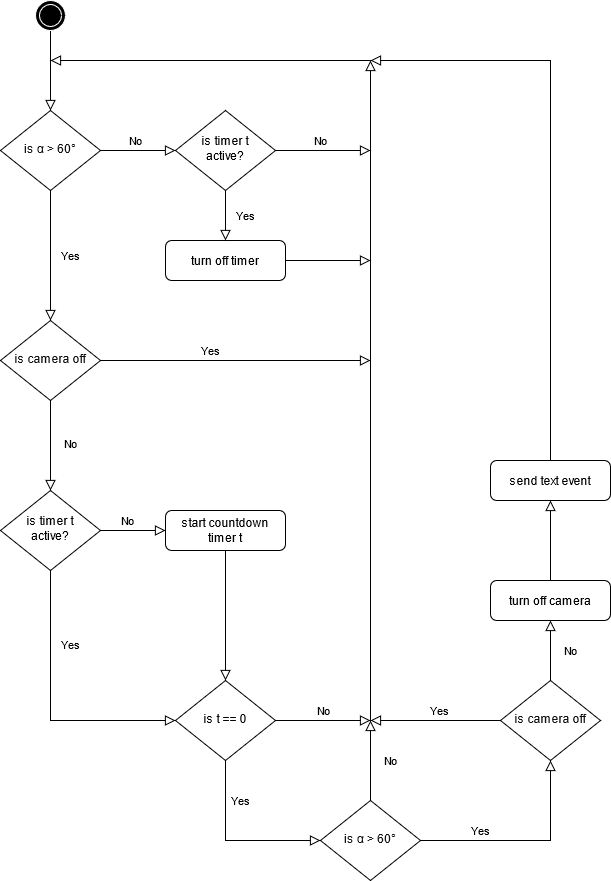
Earlier version of the draw.io export pub/diagrams/camera_fdir.png (georgeslabreche/opssat-orbitai). Source tidied: cells renumbered, new cells last; positions are measured from the earlier drawing's top-left corner, leaving out a move shared by most shapes.
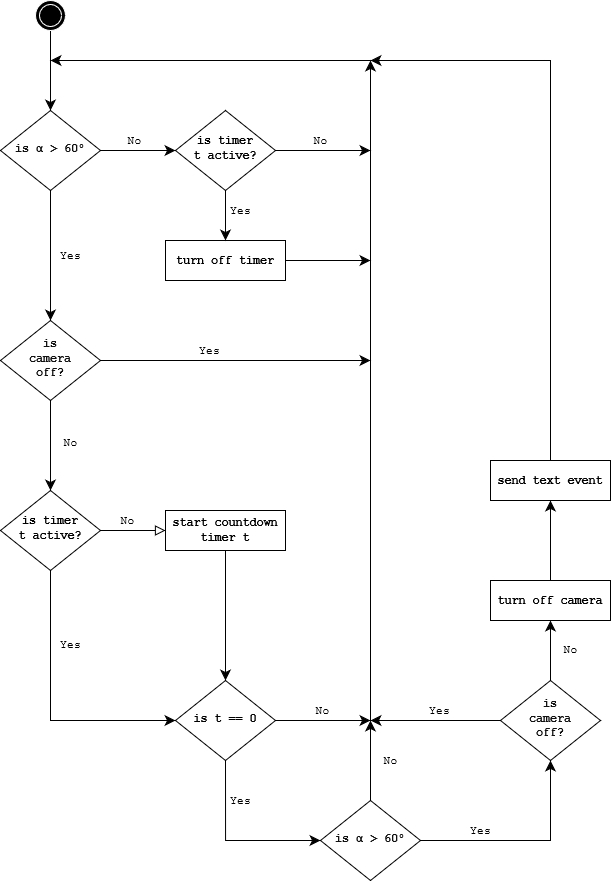
The same diagram one commit later.

Commit message:
include svg and pdf figures

What changed in the source:
```diff
@@ -2,7 +2,7 @@
   <root>
     <mxCell id="0" />
     <mxCell id="1" parent="0" />
-    <mxCell id="2" style="rounded=0;html=1;jettySize=auto;fontSize=11;endArrow=block;endFill=0;endSize=8;strokeWidth=1;shadow=0;labelBackgroundColor=none;edgeStyle=orthogonalEdgeStyle;exitX=0.5;exitY=1;exitDx=0;exitDy=0;entryX=0.5;entryY=0;entryDx=0;entryDy=0;" parent="1" edge="1" source="11" target="5">
+    <mxCell id="2" style="rounded=0;html=1;jettySize=auto;fontSize=11;endArrow=classic;endFill=1;endSize=8;strokeWidth=1;shadow=0;labelBackgroundColor=none;edgeStyle=orthogonalEdgeStyle;exitX=0.5;exitY=1;exitDx=0;exitDy=0;entryX=0.5;entryY=0;entryDx=0;entryDy=0;fontFamily=Courier New;" parent="1" edge="1" source="11" target="5">
       <mxGeometry relative="1" as="geometry">
         <Array as="points">
           <mxPoint x="50" y="40" />
@@ -10,54 +10,54 @@
         </Array>
       </mxGeometry>
     </mxCell>
-    <mxCell id="3" value="Yes" style="rounded=0;html=1;jettySize=auto;fontSize=11;endArrow=block;endFill=0;endSize=8;strokeWidth=1;shadow=0;labelBackgroundColor=none;edgeStyle=orthogonalEdgeStyle;entryX=0.5;entryY=0;entryDx=0;entryDy=0;" parent="1" edge="1" source="5" target="26">
+    <mxCell id="3" value="Yes" style="rounded=0;html=1;jettySize=auto;fontSize=11;endArrow=classic;endFill=1;endSize=8;strokeWidth=1;shadow=0;labelBackgroundColor=none;edgeStyle=orthogonalEdgeStyle;entryX=0.5;entryY=0;entryDx=0;entryDy=0;fontFamily=Courier New;" parent="1" edge="1" source="5" target="26">
       <mxGeometry y="20" relative="1" as="geometry" />
     </mxCell>
-    <mxCell id="4" value="No" style="edgeStyle=orthogonalEdgeStyle;rounded=0;html=1;jettySize=auto;fontSize=11;endArrow=block;endFill=0;endSize=8;strokeWidth=1;shadow=0;labelBackgroundColor=none;exitX=1;exitY=0.5;exitDx=0;exitDy=0;" parent="1" edge="1" source="29">
+    <mxCell id="4" value="No" style="edgeStyle=orthogonalEdgeStyle;rounded=0;html=1;jettySize=auto;fontSize=11;endArrow=classic;endFill=1;endSize=8;strokeWidth=1;shadow=0;labelBackgroundColor=none;exitX=1;exitY=0.5;exitDx=0;exitDy=0;fontFamily=Courier New;" parent="1" edge="1" source="29">
       <mxGeometry x="-0.05" y="10" relative="1" as="geometry">
         <mxPoint x="370" y="150" as="targetPoint" />
       </mxGeometry>
     </mxCell>
-    <mxCell id="5" value="&lt;div style=&quot;text-align: left&quot;&gt;&lt;font style=&quot;font-size: 12px&quot; color=&quot;#111111&quot;&gt;&lt;span style=&quot;background-color: rgb(255 , 255 , 255)&quot;&gt;is α &amp;gt; 60°&lt;/span&gt;&lt;/font&gt;&lt;/div&gt;" style="rhombus;whiteSpace=wrap;html=1;shadow=0;fontFamily=Helvetica;fontSize=12;align=center;strokeWidth=1;spacing=6;spacingTop=-4;" parent="1" vertex="1">
+    <mxCell id="5" value="&lt;div style=&quot;text-align: left&quot;&gt;&lt;font style=&quot;font-size: 12px&quot; color=&quot;#111111&quot;&gt;&lt;span style=&quot;background-color: rgb(255 , 255 , 255)&quot;&gt;is α &amp;gt; 60°&lt;/span&gt;&lt;/font&gt;&lt;/div&gt;" style="rhombus;whiteSpace=wrap;html=1;shadow=0;fontFamily=Courier New;fontSize=12;align=center;strokeWidth=1;spacing=6;spacingTop=-4;fontStyle=1;" parent="1" vertex="1">
       <mxGeometry y="110" width="100" height="80" as="geometry" />
     </mxCell>
-    <mxCell id="6" value="No" style="rounded=0;html=1;jettySize=auto;fontSize=11;endArrow=block;endFill=0;endSize=8;strokeWidth=1;shadow=0;labelBackgroundColor=none;edgeStyle=orthogonalEdgeStyle;exitX=1;exitY=0.5;exitDx=0;exitDy=0;entryX=0;entryY=0.5;entryDx=0;entryDy=0;" parent="1" edge="1" source="8" target="10">
+    <mxCell id="6" value="No" style="rounded=0;html=1;jettySize=auto;fontSize=11;endArrow=block;endFill=0;endSize=8;strokeWidth=1;shadow=0;labelBackgroundColor=none;edgeStyle=orthogonalEdgeStyle;exitX=1;exitY=0.5;exitDx=0;exitDy=0;entryX=0;entryY=0.5;entryDx=0;entryDy=0;fontFamily=Courier New;" parent="1" edge="1" source="8" target="10">
       <mxGeometry x="-0.18" y="10" relative="1" as="geometry" />
     </mxCell>
-    <mxCell id="7" value="Yes" style="edgeStyle=orthogonalEdgeStyle;rounded=0;html=1;jettySize=auto;fontSize=11;endArrow=block;endFill=0;endSize=8;strokeWidth=1;shadow=0;labelBackgroundColor=none;exitX=0.5;exitY=1;exitDx=0;exitDy=0;entryX=0;entryY=0.5;entryDx=0;entryDy=0;" parent="1" edge="1" source="8" target="12">
+    <mxCell id="7" value="Yes" style="edgeStyle=orthogonalEdgeStyle;rounded=0;html=1;jettySize=auto;fontSize=11;endArrow=classic;endFill=1;endSize=8;strokeWidth=1;shadow=0;labelBackgroundColor=none;exitX=0.5;exitY=1;exitDx=0;exitDy=0;entryX=0;entryY=0.5;entryDx=0;entryDy=0;fontFamily=Courier New;" parent="1" edge="1" source="8" target="12">
       <mxGeometry x="-0.46" y="20" relative="1" as="geometry">
         <Array as="points">
           <mxPoint x="50" y="720" />
         </Array>
       </mxGeometry>
     </mxCell>
-    <mxCell id="8" value="is timer t&lt;br&gt;active?" style="rhombus;whiteSpace=wrap;html=1;shadow=0;fontFamily=Helvetica;fontSize=12;align=center;strokeWidth=1;spacing=6;spacingTop=-4;" parent="1" vertex="1">
+    <mxCell id="8" value="is timer&lt;br&gt;t active?" style="rhombus;whiteSpace=wrap;html=1;shadow=0;fontFamily=Courier New;fontSize=12;align=center;strokeWidth=1;spacing=6;spacingTop=-4;fontStyle=1;" parent="1" vertex="1">
       <mxGeometry y="490" width="100" height="80" as="geometry" />
     </mxCell>
-    <mxCell id="9" style="edgeStyle=orthogonalEdgeStyle;rounded=0;jettySize=auto;html=1;exitX=0.5;exitY=1;exitDx=0;exitDy=0;endSize=8;endArrow=block;endFill=0;" parent="1" edge="1" source="10" target="12">
+    <mxCell id="9" style="edgeStyle=orthogonalEdgeStyle;rounded=0;jettySize=auto;html=1;exitX=0.5;exitY=1;exitDx=0;exitDy=0;endSize=8;endArrow=classic;endFill=1;fontFamily=Courier New;" parent="1" edge="1" source="10" target="12">
       <mxGeometry relative="1" as="geometry" />
     </mxCell>
-    <mxCell id="10" value="start countdown&lt;br&gt;timer t" style="rounded=1;whiteSpace=wrap;html=1;fontSize=12;glass=0;strokeWidth=1;shadow=0;" parent="1" vertex="1">
+    <mxCell id="10" value="start countdown&lt;br&gt;timer t" style="rounded=0;whiteSpace=wrap;html=1;fontSize=12;glass=0;strokeWidth=1;shadow=0;fontFamily=Courier New;fontStyle=1;" parent="1" vertex="1">
       <mxGeometry x="165" y="510" width="120" height="40" as="geometry" />
     </mxCell>
-    <mxCell id="11" style="ellipse;shape=doubleEllipse;whiteSpace=wrap;html=1;fillColor=#000000;strokeColor=#FFFFFF;" parent="1" vertex="1">
+    <mxCell id="11" style="ellipse;shape=doubleEllipse;whiteSpace=wrap;html=1;fillColor=#000000;strokeColor=#FFFFFF;fontFamily=Courier New;" parent="1" vertex="1">
       <mxGeometry x="35" width="30" height="30" as="geometry" />
     </mxCell>
-    <mxCell id="12" value="is t == 0" style="rhombus;whiteSpace=wrap;html=1;shadow=0;fontFamily=Helvetica;fontSize=12;align=center;strokeWidth=1;spacing=6;spacingTop=-4;" parent="1" vertex="1">
+    <mxCell id="12" value="is t == 0" style="rhombus;whiteSpace=wrap;html=1;shadow=0;fontFamily=Courier New;fontSize=12;align=center;strokeWidth=1;spacing=6;spacingTop=-4;fontStyle=1;" parent="1" vertex="1">
       <mxGeometry x="175" y="680" width="100" height="80" as="geometry" />
     </mxCell>
-    <mxCell id="13" value="Yes" style="rounded=0;html=1;jettySize=auto;fontSize=11;endArrow=block;endFill=0;endSize=8;strokeWidth=1;shadow=0;labelBackgroundColor=none;edgeStyle=orthogonalEdgeStyle;exitX=0.5;exitY=1;exitDx=0;exitDy=0;entryX=0;entryY=0.5;entryDx=0;entryDy=0;" parent="1" edge="1" source="12" target="14">
+    <mxCell id="13" value="Yes" style="rounded=0;html=1;jettySize=auto;fontSize=11;endArrow=classic;endFill=1;endSize=8;strokeWidth=1;shadow=0;labelBackgroundColor=none;edgeStyle=orthogonalEdgeStyle;exitX=0.5;exitY=1;exitDx=0;exitDy=0;entryX=0;entryY=0.5;entryDx=0;entryDy=0;fontFamily=Courier New;" parent="1" edge="1" source="12" target="14">
       <mxGeometry x="-0.54" y="15" relative="1" as="geometry" />
     </mxCell>
-    <mxCell id="14" value="&lt;div style=&quot;text-align: left&quot;&gt;&lt;font style=&quot;font-size: 12px&quot; color=&quot;#111111&quot;&gt;&lt;span style=&quot;background-color: rgb(255 , 255 , 255)&quot;&gt;is α &amp;gt; 60°&lt;/span&gt;&lt;/font&gt;&lt;/div&gt;" style="rhombus;whiteSpace=wrap;html=1;shadow=0;fontFamily=Helvetica;fontSize=12;align=center;strokeWidth=1;spacing=6;spacingTop=-4;" parent="1" vertex="1">
+    <mxCell id="14" value="&lt;div style=&quot;text-align: left&quot;&gt;&lt;font style=&quot;font-size: 12px&quot; color=&quot;#111111&quot;&gt;&lt;span style=&quot;background-color: rgb(255 , 255 , 255)&quot;&gt;is α &amp;gt; 60°&lt;/span&gt;&lt;/font&gt;&lt;/div&gt;" style="rhombus;whiteSpace=wrap;html=1;shadow=0;fontFamily=Courier New;fontSize=12;align=center;strokeWidth=1;spacing=6;spacingTop=-4;fontStyle=1;" parent="1" vertex="1">
       <mxGeometry x="320" y="800" width="100" height="80" as="geometry" />
     </mxCell>
-    <mxCell id="15" style="edgeStyle=orthogonalEdgeStyle;rounded=0;jettySize=auto;html=1;exitX=0.5;exitY=0;exitDx=0;exitDy=0;endArrow=block;endFill=0;endSize=8;" parent="1" edge="1" target="17">
+    <mxCell id="15" style="edgeStyle=orthogonalEdgeStyle;rounded=0;jettySize=auto;html=1;exitX=0.5;exitY=0;exitDx=0;exitDy=0;endArrow=classic;endFill=1;endSize=8;fontFamily=Courier New;" parent="1" edge="1" target="17">
       <mxGeometry relative="1" as="geometry">
         <mxPoint x="550" y="580" as="sourcePoint" />
       </mxGeometry>
     </mxCell>
-    <mxCell id="16" style="edgeStyle=orthogonalEdgeStyle;rounded=0;jettySize=auto;html=1;exitX=0.5;exitY=0;exitDx=0;exitDy=0;endArrow=block;endFill=0;endSize=8;" parent="1" edge="1" source="17">
+    <mxCell id="16" style="edgeStyle=orthogonalEdgeStyle;rounded=0;jettySize=auto;html=1;exitX=0.5;exitY=0;exitDx=0;exitDy=0;endArrow=classic;endFill=1;endSize=8;fontFamily=Courier New;" parent="1" edge="1" source="17">
       <mxGeometry relative="1" as="geometry">
         <mxPoint x="370" y="60" as="targetPoint" />
         <Array as="points">
@@ -65,54 +65,51 @@
         </Array>
       </mxGeometry>
     </mxCell>
-    <mxCell id="17" value="send text event" style="rounded=1;whiteSpace=wrap;html=1;fontSize=12;glass=0;strokeWidth=1;shadow=0;" parent="1" vertex="1">
+    <mxCell id="17" value="send text event" style="rounded=0;whiteSpace=wrap;html=1;fontSize=12;glass=0;strokeWidth=1;shadow=0;fontFamily=Courier New;fontStyle=1;" parent="1" vertex="1">
       <mxGeometry x="490" y="460" width="120" height="40" as="geometry" />
     </mxCell>
-    <mxCell id="18" value="No" style="edgeStyle=orthogonalEdgeStyle;rounded=0;html=1;jettySize=auto;fontSize=11;endArrow=block;endFill=0;endSize=8;strokeWidth=1;shadow=0;labelBackgroundColor=none;exitX=1;exitY=0.5;exitDx=0;exitDy=0;" parent="1" edge="1" source="12">
+    <mxCell id="18" value="No" style="edgeStyle=orthogonalEdgeStyle;rounded=0;html=1;jettySize=auto;fontSize=11;endArrow=classic;endFill=1;endSize=8;strokeWidth=1;shadow=0;labelBackgroundColor=none;exitX=1;exitY=0.5;exitDx=0;exitDy=0;fontFamily=Courier New;" parent="1" edge="1" source="12">
       <mxGeometry y="10" relative="1" as="geometry">
         <mxPoint x="370" y="720" as="targetPoint" />
       </mxGeometry>
     </mxCell>
-    <mxCell id="19" style="rounded=0;html=1;jettySize=auto;orthogonalLoop=1;fontSize=11;endArrow=block;endFill=0;endSize=8;strokeWidth=1;shadow=0;labelBackgroundColor=none;edgeStyle=orthogonalEdgeStyle;" parent="1" edge="1">
+    <mxCell id="19" style="rounded=0;html=1;jettySize=auto;orthogonalLoop=1;fontSize=11;endArrow=classic;endFill=1;endSize=8;strokeWidth=1;shadow=0;labelBackgroundColor=none;edgeStyle=orthogonalEdgeStyle;fontFamily=Courier New;" parent="1" edge="1">
       <mxGeometry relative="1" as="geometry">
         <mxPoint x="370" y="60" as="sourcePoint" />
         <mxPoint x="50" y="60" as="targetPoint" />
       </mxGeometry>
     </mxCell>
-    <mxCell id="20" style="rounded=0;html=1;jettySize=auto;orthogonalLoop=1;fontSize=11;endArrow=block;endFill=0;endSize=8;strokeWidth=1;shadow=0;labelBackgroundColor=none;edgeStyle=orthogonalEdgeStyle;" parent="1" edge="1">
+    <mxCell id="20" style="rounded=0;html=1;jettySize=auto;orthogonalLoop=1;fontSize=11;endArrow=classic;endFill=1;endSize=8;strokeWidth=1;shadow=0;labelBackgroundColor=none;edgeStyle=orthogonalEdgeStyle;fontFamily=Courier New;" parent="1" edge="1">
       <mxGeometry relative="1" as="geometry">
         <mxPoint x="370" y="720" as="sourcePoint" />
         <mxPoint x="370" y="60" as="targetPoint" />
       </mxGeometry>
     </mxCell>
-    <mxCell id="21" value="No" style="rounded=0;html=1;jettySize=auto;fontSize=11;endArrow=block;endFill=0;endSize=8;strokeWidth=1;shadow=0;labelBackgroundColor=none;edgeStyle=orthogonalEdgeStyle;exitX=0.5;exitY=0;exitDx=0;exitDy=0;" parent="1" edge="1" source="14">
+    <mxCell id="21" value="No" style="rounded=0;html=1;jettySize=auto;fontSize=11;endArrow=classic;endFill=1;endSize=8;strokeWidth=1;shadow=0;labelBackgroundColor=none;edgeStyle=orthogonalEdgeStyle;exitX=0.5;exitY=0;exitDx=0;exitDy=0;fontFamily=Courier New;" parent="1" edge="1" source="14">
       <mxGeometry y="-20" relative="1" as="geometry">
         <mxPoint x="370" y="720" as="targetPoint" />
       </mxGeometry>
     </mxCell>
-    <mxCell id="22" value="&lt;div&gt;&lt;font style=&quot;font-size: 12px&quot; color=&quot;#111111&quot;&gt;&lt;span style=&quot;background-color: rgb(255 , 255 , 255)&quot;&gt;is camera off&lt;/span&gt;&lt;/font&gt;&lt;/div&gt;" style="rhombus;whiteSpace=wrap;html=1;shadow=0;fontFamily=Helvetica;fontSize=12;align=center;strokeWidth=1;spacing=6;spacingTop=-4;" parent="1" vertex="1">
+    <mxCell id="22" value="&lt;div&gt;&lt;font style=&quot;font-size: 12px&quot; color=&quot;#111111&quot;&gt;&lt;span style=&quot;background-color: rgb(255 , 255 , 255)&quot;&gt;is&lt;br&gt;camera&lt;br&gt;off?&lt;/span&gt;&lt;/font&gt;&lt;/div&gt;" style="rhombus;whiteSpace=wrap;html=1;shadow=0;fontFamily=Courier New;fontSize=12;align=center;strokeWidth=1;spacing=6;spacingTop=-4;fontStyle=1;" parent="1" vertex="1">
       <mxGeometry x="500" y="680" width="100" height="80" as="geometry" />
     </mxCell>
-    <mxCell id="23" value="Yes" style="edgeStyle=orthogonalEdgeStyle;rounded=0;html=1;jettySize=auto;fontSize=11;endArrow=block;endFill=0;endSize=8;strokeWidth=1;shadow=0;labelBackgroundColor=none;exitX=1;exitY=0.5;exitDx=0;exitDy=0;entryX=0.5;entryY=1;entryDx=0;entryDy=0;" parent="1" edge="1" source="14" target="22">
+    <mxCell id="23" value="Yes" style="edgeStyle=orthogonalEdgeStyle;rounded=0;html=1;jettySize=auto;fontSize=11;endArrow=classic;endFill=1;endSize=8;strokeWidth=1;shadow=0;labelBackgroundColor=none;exitX=1;exitY=0.5;exitDx=0;exitDy=0;entryX=0.5;entryY=1;entryDx=0;entryDy=0;fontFamily=Courier New;" parent="1" edge="1" source="14" target="22">
       <mxGeometry x="-0.43" y="10" relative="1" as="geometry" />
     </mxCell>
-    <mxCell id="24" value="Yes" style="edgeStyle=orthogonalEdgeStyle;rounded=0;html=1;jettySize=auto;fontSize=11;endArrow=block;endFill=0;endSize=8;strokeWidth=1;shadow=0;labelBackgroundColor=none;exitX=0;exitY=0.5;exitDx=0;exitDy=0;" parent="1" edge="1" source="22">
+    <mxCell id="24" value="Yes" style="edgeStyle=orthogonalEdgeStyle;rounded=0;html=1;jettySize=auto;fontSize=11;endArrow=classic;endFill=1;endSize=8;strokeWidth=1;shadow=0;labelBackgroundColor=none;exitX=0;exitY=0.5;exitDx=0;exitDy=0;fontFamily=Courier New;" parent="1" edge="1" source="22">
       <mxGeometry x="-0.07" y="-10" relative="1" as="geometry">
         <mxPoint x="370" y="720" as="targetPoint" />
       </mxGeometry>
     </mxCell>
-    <mxCell id="25" value="No" style="edgeStyle=orthogonalEdgeStyle;rounded=0;html=1;jettySize=auto;fontSize=11;endArrow=block;endFill=0;endSize=8;strokeWidth=1;shadow=0;labelBackgroundColor=none;exitX=0.5;exitY=0;exitDx=0;exitDy=0;entryX=0.5;entryY=1;entryDx=0;entryDy=0;" parent="1" edge="1" source="22">
+    <mxCell id="25" value="No" style="edgeStyle=orthogonalEdgeStyle;rounded=0;html=1;jettySize=auto;fontSize=11;endArrow=classic;endFill=1;endSize=8;strokeWidth=1;shadow=0;labelBackgroundColor=none;exitX=0.5;exitY=0;exitDx=0;exitDy=0;entryX=0.5;entryY=1;entryDx=0;entryDy=0;fontFamily=Courier New;" parent="1" edge="1" source="22">
       <mxGeometry y="-20" relative="1" as="geometry">
         <mxPoint x="550" y="620" as="targetPoint" />
       </mxGeometry>
     </mxCell>
-    <mxCell id="26" value="&lt;div&gt;&lt;font style=&quot;font-size: 12px&quot; color=&quot;#111111&quot;&gt;&lt;span style=&quot;background-color: rgb(255 , 255 , 255)&quot;&gt;is camera off&lt;/span&gt;&lt;/font&gt;&lt;/div&gt;" style="rhombus;whiteSpace=wrap;html=1;shadow=0;fontFamily=Helvetica;fontSize=12;align=center;strokeWidth=1;spacing=6;spacingTop=-4;" parent="1" vertex="1">
-      <mxGeometry y="320" width="100" height="80" as="geometry" />
-    </mxCell>
-    <mxCell id="27" value="&lt;div&gt;No&lt;/div&gt;&lt;div&gt;&lt;br&gt;&lt;/div&gt;" style="rounded=0;html=1;jettySize=auto;fontSize=11;endArrow=block;endFill=0;endSize=8;strokeWidth=1;shadow=0;labelBackgroundColor=none;edgeStyle=orthogonalEdgeStyle;entryX=0.5;entryY=0;entryDx=0;entryDy=0;exitX=0.5;exitY=1;exitDx=0;exitDy=0;" parent="1" edge="1" source="26" target="8">
+    <mxCell id="27" value="&lt;div&gt;No&lt;/div&gt;&lt;div&gt;&lt;br&gt;&lt;/div&gt;" style="rounded=0;html=1;jettySize=auto;fontSize=11;endArrow=classic;endFill=1;endSize=8;strokeWidth=1;shadow=0;labelBackgroundColor=none;edgeStyle=orthogonalEdgeStyle;entryX=0.5;entryY=0;entryDx=0;entryDy=0;exitX=0.5;exitY=1;exitDx=0;exitDy=0;fontFamily=Courier New;" parent="1" edge="1" source="26" target="8">
       <mxGeometry x="0.11" y="20" relative="1" as="geometry" />
     </mxCell>
-    <mxCell id="28" value="Yes" style="edgeStyle=orthogonalEdgeStyle;rounded=0;html=1;jettySize=auto;fontSize=11;endArrow=block;endFill=0;endSize=8;strokeWidth=1;shadow=0;labelBackgroundColor=none;exitX=1;exitY=0.5;exitDx=0;exitDy=0;" parent="1" edge="1" source="26">
+    <mxCell id="28" value="Yes" style="edgeStyle=orthogonalEdgeStyle;rounded=0;html=1;jettySize=auto;fontSize=11;endArrow=classic;endFill=1;endSize=8;strokeWidth=1;shadow=0;labelBackgroundColor=none;exitX=1;exitY=0.5;exitDx=0;exitDy=0;fontFamily=Courier New;" parent="1" edge="1" source="26">
       <mxGeometry x="-0.19" y="10" relative="1" as="geometry">
         <mxPoint x="370" y="360" as="targetPoint" />
         <Array as="points">
@@ -120,27 +117,30 @@
         </Array>
       </mxGeometry>
     </mxCell>
-    <mxCell id="29" value="is timer t&lt;br&gt;active?" style="rhombus;whiteSpace=wrap;html=1;shadow=0;fontFamily=Helvetica;fontSize=12;align=center;strokeWidth=1;spacing=6;spacingTop=-4;" parent="1" vertex="1">
+    <mxCell id="29" value="is timer&lt;br&gt;t active?" style="rhombus;whiteSpace=wrap;html=1;shadow=0;fontFamily=Courier New;fontSize=12;align=center;strokeWidth=1;spacing=6;spacingTop=-4;fontStyle=1;" parent="1" vertex="1">
       <mxGeometry x="175" y="110" width="100" height="80" as="geometry" />
     </mxCell>
-    <mxCell id="30" value="turn off camera" style="rounded=1;whiteSpace=wrap;html=1;fontSize=12;glass=0;strokeWidth=1;shadow=0;" parent="1" vertex="1">
+    <mxCell id="30" value="turn off camera" style="rounded=0;whiteSpace=wrap;html=1;fontSize=12;glass=0;strokeWidth=1;shadow=0;fontFamily=Courier New;fontStyle=1;" parent="1" vertex="1">
       <mxGeometry x="490" y="580" width="120" height="40" as="geometry" />
     </mxCell>
-    <mxCell id="31" style="edgeStyle=orthogonalEdgeStyle;rounded=0;jettySize=auto;html=1;exitX=1;exitY=0.5;exitDx=0;exitDy=0;endArrow=block;endFill=0;endSize=8;" parent="1" edge="1" source="32">
+    <mxCell id="31" style="edgeStyle=orthogonalEdgeStyle;rounded=0;jettySize=auto;html=1;exitX=1;exitY=0.5;exitDx=0;exitDy=0;endArrow=classic;endFill=1;endSize=8;fontFamily=Courier New;" parent="1" edge="1" source="32">
       <mxGeometry relative="1" as="geometry">
         <mxPoint x="370" y="260" as="targetPoint" />
       </mxGeometry>
     </mxCell>
-    <mxCell id="32" value="turn off timer" style="rounded=1;whiteSpace=wrap;html=1;fontSize=12;glass=0;strokeWidth=1;shadow=0;" parent="1" vertex="1">
+    <mxCell id="32" value="turn off timer" style="rounded=0;whiteSpace=wrap;html=1;fontSize=12;glass=0;strokeWidth=1;shadow=0;fontFamily=Courier New;fontStyle=1;" parent="1" vertex="1">
       <mxGeometry x="165" y="240" width="120" height="40" as="geometry" />
     </mxCell>
-    <mxCell id="33" value="Yes" style="rounded=0;html=1;jettySize=auto;fontSize=11;endArrow=block;endFill=0;endSize=8;strokeWidth=1;shadow=0;labelBackgroundColor=none;edgeStyle=orthogonalEdgeStyle;entryX=0.5;entryY=0;entryDx=0;entryDy=0;exitX=0.5;exitY=1;exitDx=0;exitDy=0;" parent="1" edge="1" source="29" target="32">
-      <mxGeometry y="20" relative="1" as="geometry" />
+    <mxCell id="33" value="Yes" style="rounded=0;html=1;jettySize=auto;fontSize=11;endArrow=classic;endFill=1;endSize=8;strokeWidth=1;shadow=0;labelBackgroundColor=none;edgeStyle=orthogonalEdgeStyle;entryX=0.5;entryY=0;entryDx=0;entryDy=0;exitX=0.5;exitY=1;exitDx=0;exitDy=0;fontFamily=Courier New;" parent="1" edge="1" source="29" target="32">
+      <mxGeometry x="-0.2" y="15" relative="1" as="geometry" />
     </mxCell>
-    <mxCell id="34" value="No" style="edgeStyle=orthogonalEdgeStyle;rounded=0;html=1;jettySize=auto;fontSize=11;endArrow=block;endFill=0;endSize=8;strokeWidth=1;shadow=0;labelBackgroundColor=none;" parent="1" edge="1" source="5">
+    <mxCell id="34" value="No" style="edgeStyle=orthogonalEdgeStyle;rounded=0;html=1;jettySize=auto;fontSize=11;endArrow=classic;endFill=1;endSize=8;strokeWidth=1;shadow=0;labelBackgroundColor=none;fontFamily=Courier New;" parent="1" edge="1" source="5">
       <mxGeometry x="-0.08" y="10" relative="1" as="geometry">
         <mxPoint x="175" y="150" as="targetPoint" />
       </mxGeometry>
     </mxCell>
+    <mxCell id="26" value="&lt;div&gt;&lt;font style=&quot;font-size: 12px&quot; color=&quot;#111111&quot;&gt;&lt;span&gt;is&lt;br&gt;camera&lt;br&gt;off?&lt;/span&gt;&lt;/font&gt;&lt;/div&gt;" style="rhombus;whiteSpace=wrap;html=1;shadow=0;fontFamily=Courier New;fontSize=12;align=center;strokeWidth=1;spacing=6;spacingTop=-4;labelBackgroundColor=none;fontStyle=1;" parent="1" vertex="1">
+      <mxGeometry y="320" width="100" height="80" as="geometry" />
+    </mxCell>
   </root>
 </mxGraphModel>
```
